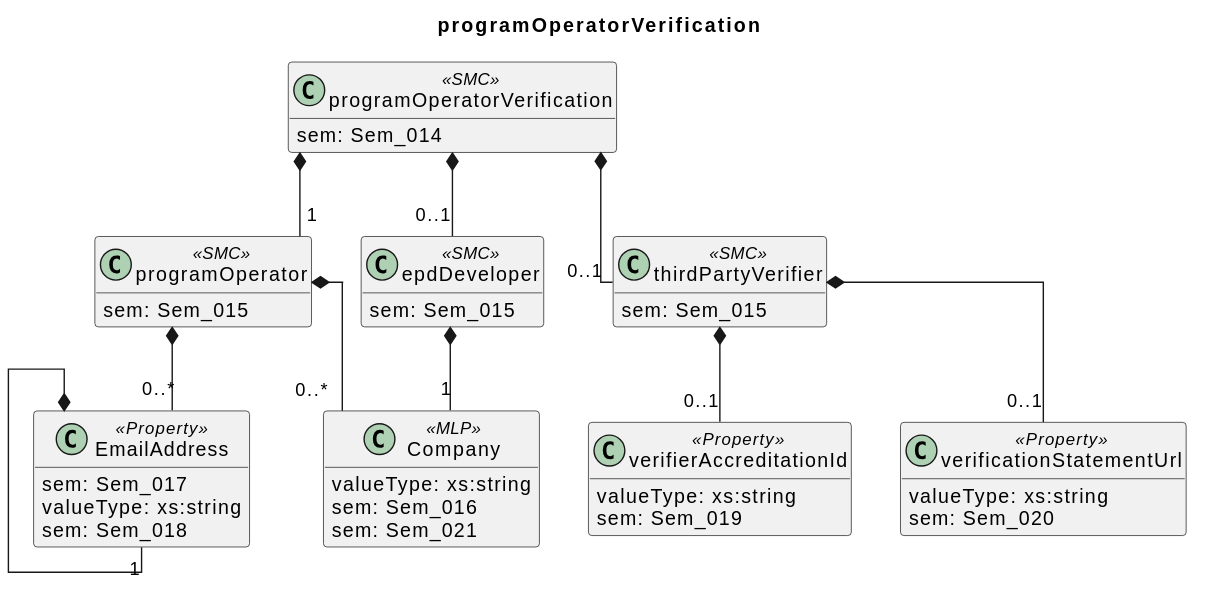
Above: docs/model/sections/programOperatorVerification.svg in Leeeks/aas-epd-type-iii-submodel (PlantUML), before the change.
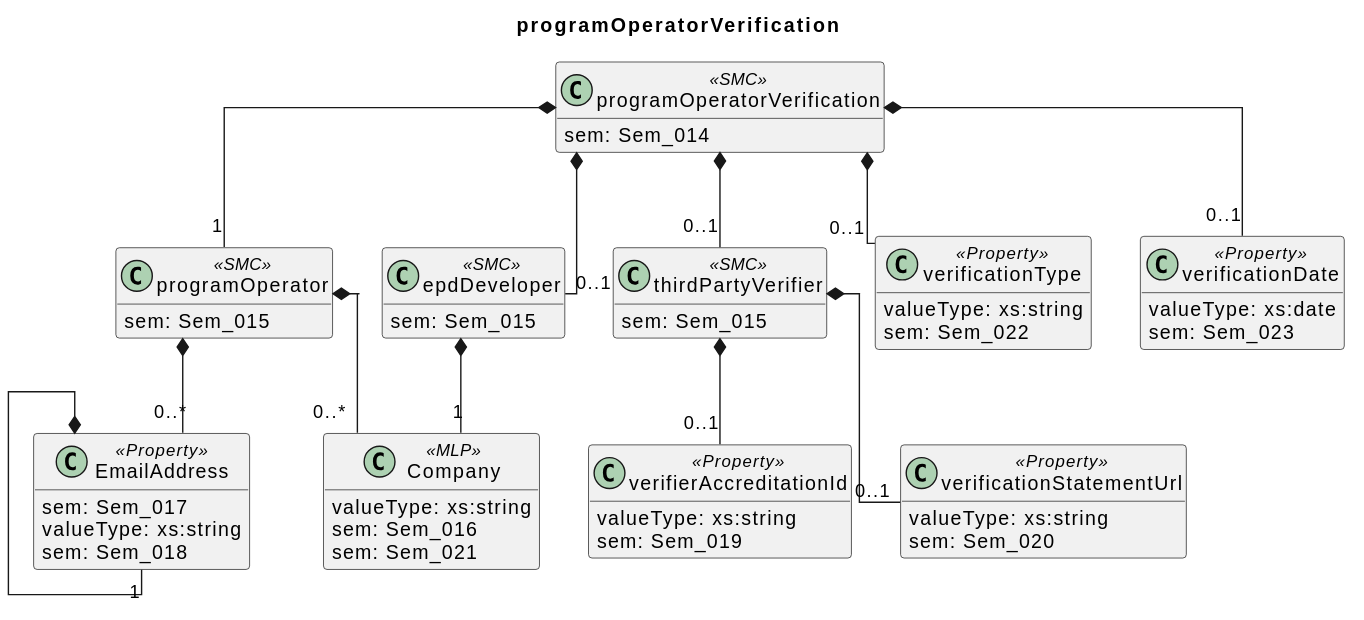
The same file after the commit.

What changed in the source:
```diff
@@ -38,6 +38,14 @@
 class Company <<MLP>> {
   sem: Sem_021
 }
+class verificationType <<Property>> {
+  valueType: xs:string
+  sem: Sem_022
+}
+class verificationDate <<Property>> {
+  valueType: xs:date
+  sem: Sem_023
+}
 
 programOperatorVerification *-- "1" programOperator
 programOperator *-- "0..*" Company
@@ -48,4 +56,6 @@
 thirdPartyVerifier *-- "0..1" verificationStatementUrl
 programOperatorVerification *-- "0..1" epdDeveloper
 epdDeveloper *-- "1" Company
+programOperatorVerification *-- "0..1" verificationType
+programOperatorVerification *-- "0..1" verificationDate
 @enduml
```
